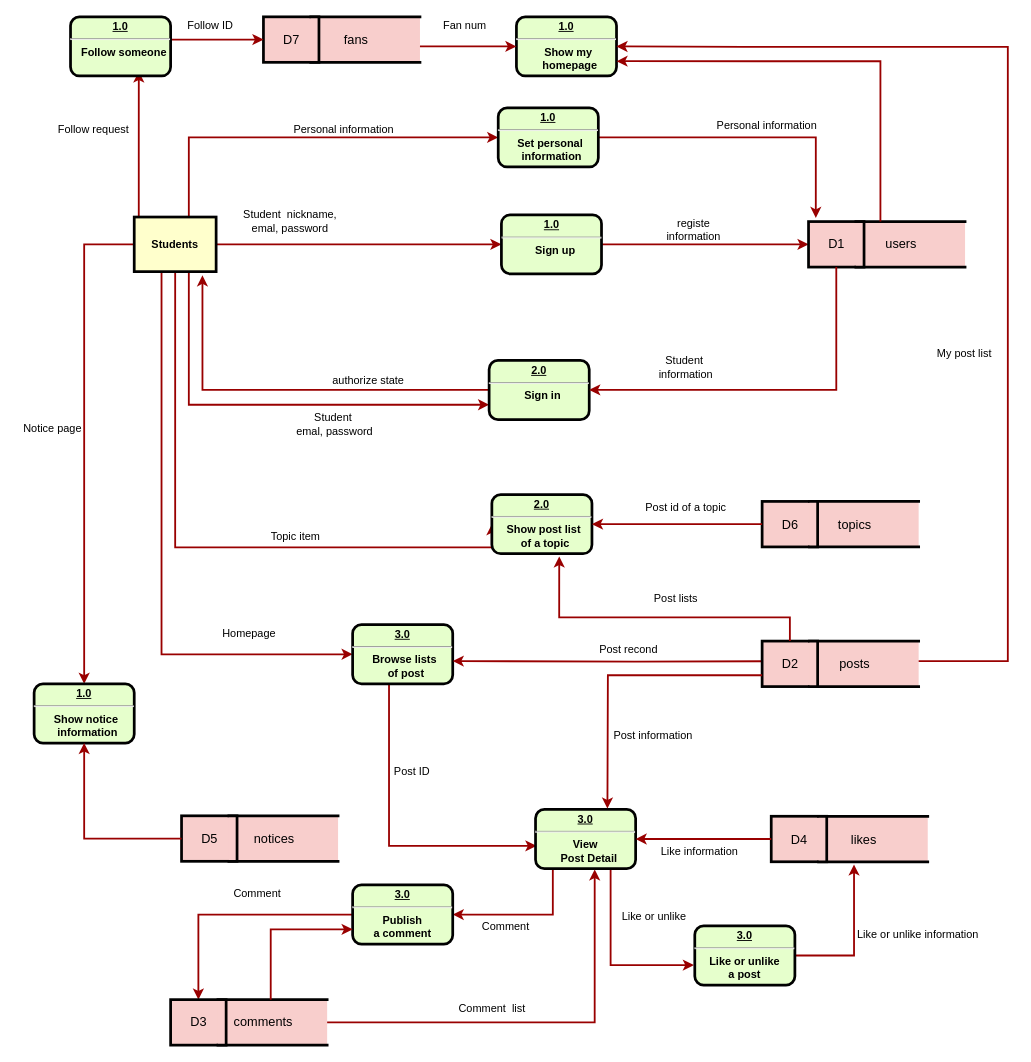
Before: docs/dfd.drawio in loveagri/zhihu, a draw.io diagram. Source tidied: cells renumbered, new cells numbered last; positions are measured from the earlier drawing's top-left corner, leaving out a move shared by most shapes. Both pictures are drawn from the tidied source at 91%, with x=0, y=0 at pixel (15, 16).
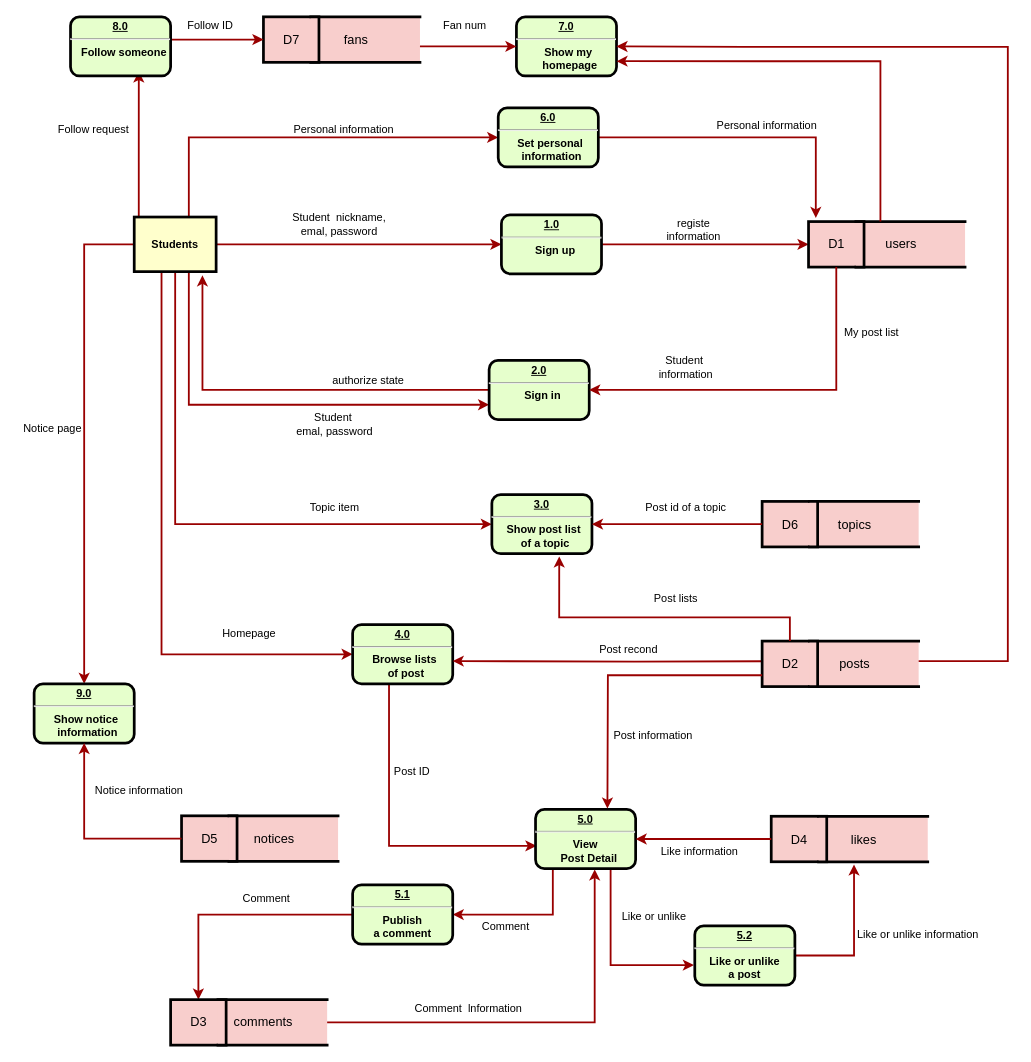
The same diagram, later.

The change refers to these unchanged cells:
```xml
<mxCell id="9" value="Students" style="whiteSpace=wrap;align=center;verticalAlign=middle;fontStyle=1;strokeWidth=3;fillColor=#FFFFCC;" parent="1" vertex="1">
  <mxGeometry x="130" y="220" width="90" height="60" as="geometry" />
</mxCell>
<mxCell id="72" style="shape=partialRectangle;whiteSpace=wrap;html=1;left=0;right=0;fillColor=#f8cecc;strokeColor=#000000;strokeWidth=3;" parent="70" vertex="1">
  <mxGeometry x="52" width="120" height="50" as="geometry" />
</mxCell>
```

Change to the diagram source:
```diff
@@
     <mxCell id="5" style="edgeStyle=orthogonalEdgeStyle;rounded=0;jettySize=auto;html=1;entryX=0;entryY=0.5;entryDx=0;entryDy=0;strokeColor=#990000;strokeWidth=2;" parent="1" edge="1" source="9" target="101">
       <mxGeometry relative="1" as="geometry">
         <Array as="points">
-          <mxPoint x="175" y="583" />
-          <mxPoint x="523" y="583" />
+          <mxPoint x="175" y="558" />
         </Array>
       </mxGeometry>
     </mxCell>
@@
     <mxCell id="12" value="Student&amp;nbsp; nickname,&lt;br&gt;emal, password" style="text;html=1;align=center;verticalAlign=middle;" parent="1" vertex="1">
-      <mxGeometry x="241" y="210" width="120" height="30" as="geometry" />
+      <mxGeometry x="295" y="213" width="120" height="30" as="geometry" />
     </mxCell>
@@
-    <mxCell id="27" value="&lt;p style=&quot;margin: 0px ; margin-top: 4px ; text-align: center ; text-decoration: underline&quot;&gt;&lt;strong&gt;3.0&lt;/strong&gt;&lt;/p&gt;&lt;hr&gt;&lt;p style=&quot;margin: 0px ; margin-left: 8px&quot;&gt;Browse lists&amp;nbsp;&lt;/p&gt;&lt;p style=&quot;margin: 0px ; margin-left: 8px&quot;&gt;of post&lt;/p&gt;" style="verticalAlign=middle;align=center;overflow=fill;fontSize=12;fontFamily=Helvetica;html=1;rounded=1;fontStyle=1;strokeWidth=3;fillColor=#E6FFCC;" parent="1" vertex="1">
+    <mxCell id="27" value="&lt;p style=&quot;margin: 0px ; margin-top: 4px ; text-align: center ; text-decoration: underline&quot;&gt;&lt;strong&gt;4.0&lt;/strong&gt;&lt;/p&gt;&lt;hr&gt;&lt;p style=&quot;margin: 0px ; margin-left: 8px&quot;&gt;Browse lists&amp;nbsp;&lt;/p&gt;&lt;p style=&quot;margin: 0px ; margin-left: 8px&quot;&gt;of post&lt;/p&gt;" style="verticalAlign=middle;align=center;overflow=fill;fontSize=12;fontFamily=Helvetica;html=1;rounded=1;fontStyle=1;strokeWidth=3;fillColor=#E6FFCC;" parent="1" vertex="1">
       <mxGeometry x="370" y="668" width="110" height="65" as="geometry" />
     </mxCell>
@@
-    <mxCell id="35" value="&lt;p style=&quot;margin: 0px ; margin-top: 4px ; text-align: center ; text-decoration: underline&quot;&gt;&lt;strong&gt;3.0&lt;/strong&gt;&lt;/p&gt;&lt;hr&gt;&lt;strong&gt;View&lt;/strong&gt;&lt;p style=&quot;margin: 0px ; margin-left: 8px&quot;&gt;Post Detail&lt;/p&gt;" style="verticalAlign=middle;align=center;overflow=fill;fontSize=12;fontFamily=Helvetica;html=1;rounded=1;fontStyle=1;strokeWidth=3;fillColor=#E6FFCC;" parent="1" vertex="1">
+    <mxCell id="35" value="&lt;p style=&quot;margin: 0px ; margin-top: 4px ; text-align: center ; text-decoration: underline&quot;&gt;&lt;strong&gt;5.0&lt;/strong&gt;&lt;/p&gt;&lt;hr&gt;&lt;strong&gt;View&lt;/strong&gt;&lt;p style=&quot;margin: 0px ; margin-left: 8px&quot;&gt;Post Detail&lt;/p&gt;" style="verticalAlign=middle;align=center;overflow=fill;fontSize=12;fontFamily=Helvetica;html=1;rounded=1;fontStyle=1;strokeWidth=3;fillColor=#E6FFCC;" parent="1" vertex="1">
       <mxGeometry x="571" y="871" width="110" height="65" as="geometry" />
     </mxCell>
@@
-    <mxCell id="38" value="&lt;p style=&quot;margin: 0px ; margin-top: 4px ; text-align: center ; text-decoration: underline&quot;&gt;&lt;strong&gt;3.0&lt;/strong&gt;&lt;/p&gt;&lt;hr&gt;&lt;strong&gt;Publish &lt;br&gt;a comment&lt;br&gt;&lt;/strong&gt;" style="verticalAlign=middle;align=center;overflow=fill;fontSize=12;fontFamily=Helvetica;html=1;rounded=1;fontStyle=1;strokeWidth=3;fillColor=#E6FFCC;" parent="1" vertex="1">
+    <mxCell id="38" value="&lt;p style=&quot;margin: 0px ; margin-top: 4px ; text-align: center ; text-decoration: underline&quot;&gt;&lt;strong&gt;5.1&lt;/strong&gt;&lt;/p&gt;&lt;hr&gt;&lt;strong&gt;Publish &lt;br&gt;a comment&lt;br&gt;&lt;/strong&gt;" style="verticalAlign=middle;align=center;overflow=fill;fontSize=12;fontFamily=Helvetica;html=1;rounded=1;fontStyle=1;strokeWidth=3;fillColor=#E6FFCC;" parent="1" vertex="1">
       <mxGeometry x="370" y="954" width="110" height="65" as="geometry" />
     </mxCell>
@@
     <mxCell id="46" value="Comment" style="text;html=1;align=center;verticalAlign=middle;" parent="1" vertex="1">
-      <mxGeometry x="230" y="954" width="70" height="20" as="geometry" />
+      <mxGeometry x="240" y="959" width="70" height="20" as="geometry" />
     </mxCell>
@@
-    <mxCell id="48" value="&lt;p style=&quot;margin: 0px ; margin-top: 4px ; text-align: center ; text-decoration: underline&quot;&gt;&lt;strong&gt;3.0&lt;/strong&gt;&lt;/p&gt;&lt;hr&gt;&lt;strong&gt;Like or unlike&lt;br&gt;a post&lt;br&gt;&lt;/strong&gt;" style="verticalAlign=middle;align=center;overflow=fill;fontSize=12;fontFamily=Helvetica;html=1;rounded=1;fontStyle=1;strokeWidth=3;fillColor=#E6FFCC;" parent="1" vertex="1">
+    <mxCell id="48" value="&lt;p style=&quot;margin: 0px ; margin-top: 4px ; text-align: center ; text-decoration: underline&quot;&gt;5.2&lt;/p&gt;&lt;hr&gt;&lt;strong&gt;Like or unlike&lt;br&gt;a post&lt;br&gt;&lt;/strong&gt;" style="verticalAlign=middle;align=center;overflow=fill;fontSize=12;fontFamily=Helvetica;html=1;rounded=1;fontStyle=1;strokeWidth=3;fillColor=#E6FFCC;" parent="1" vertex="1">
       <mxGeometry x="746" y="999" width="110" height="65" as="geometry" />
     </mxCell>
@@
-    <mxCell id="50" value="Comment&amp;nbsp; list" style="text;html=1;align=center;verticalAlign=middle;" parent="1" vertex="1">
-      <mxGeometry x="478" y="1080" width="90" height="20" as="geometry" />
+    <mxCell id="50" value="Comment&amp;nbsp; lnformation" style="text;html=1;align=center;verticalAlign=middle;" parent="1" vertex="1">
+      <mxGeometry x="432" y="1080" width="130" height="20" as="geometry" />
     </mxCell>
@@
-    <mxCell id="54" value="&lt;p style=&quot;margin: 0px ; margin-top: 4px ; text-align: center ; text-decoration: underline&quot;&gt;&lt;strong&gt;1.0&lt;/strong&gt;&lt;/p&gt;&lt;hr&gt;&lt;p style=&quot;margin: 0px ; margin-left: 8px&quot;&gt;Set personal&amp;nbsp;&lt;/p&gt;&lt;p style=&quot;margin: 0px ; margin-left: 8px&quot;&gt;information&lt;/p&gt;" style="verticalAlign=middle;align=center;overflow=fill;fontSize=12;fontFamily=Helvetica;html=1;rounded=1;fontStyle=1;strokeWidth=3;fillColor=#E6FFCC;" parent="1" vertex="1">
+    <mxCell id="54" value="&lt;p style=&quot;margin: 0px ; margin-top: 4px ; text-align: center ; text-decoration: underline&quot;&gt;&lt;strong&gt;6.0&lt;/strong&gt;&lt;/p&gt;&lt;hr&gt;&lt;p style=&quot;margin: 0px ; margin-left: 8px&quot;&gt;Set personal&amp;nbsp;&lt;/p&gt;&lt;p style=&quot;margin: 0px ; margin-left: 8px&quot;&gt;information&lt;/p&gt;" style="verticalAlign=middle;align=center;overflow=fill;fontSize=12;fontFamily=Helvetica;html=1;rounded=1;fontStyle=1;strokeWidth=3;fillColor=#E6FFCC;" parent="1" vertex="1">
       <mxGeometry x="530" y="100" width="110" height="65" as="geometry" />
     </mxCell>
@@
-    <mxCell id="57" value="&lt;p style=&quot;margin: 0px ; margin-top: 4px ; text-align: center ; text-decoration: underline&quot;&gt;&lt;strong&gt;1.0&lt;/strong&gt;&lt;/p&gt;&lt;hr&gt;&lt;p style=&quot;margin: 0px ; margin-left: 8px&quot;&gt;Show my&amp;nbsp;&lt;/p&gt;&lt;p style=&quot;margin: 0px ; margin-left: 8px&quot;&gt;homepage&lt;/p&gt;" style="verticalAlign=middle;align=center;overflow=fill;fontSize=12;fontFamily=Helvetica;html=1;rounded=1;fontStyle=1;strokeWidth=3;fillColor=#E6FFCC;" parent="1" vertex="1">
+    <mxCell id="57" value="&lt;p style=&quot;margin: 0px ; margin-top: 4px ; text-align: center ; text-decoration: underline&quot;&gt;&lt;strong&gt;7.0&lt;/strong&gt;&lt;/p&gt;&lt;hr&gt;&lt;p style=&quot;margin: 0px ; margin-left: 8px&quot;&gt;Show my&amp;nbsp;&lt;/p&gt;&lt;p style=&quot;margin: 0px ; margin-left: 8px&quot;&gt;homepage&lt;/p&gt;" style="verticalAlign=middle;align=center;overflow=fill;fontSize=12;fontFamily=Helvetica;html=1;rounded=1;fontStyle=1;strokeWidth=3;fillColor=#E6FFCC;" parent="1" vertex="1">
       <mxGeometry x="550" width="110" height="65" as="geometry" />
     </mxCell>
@@
-    <mxCell id="101" value="&lt;p style=&quot;margin: 0px ; margin-top: 4px ; text-align: center ; text-decoration: underline&quot;&gt;&lt;strong&gt;2.0&lt;/strong&gt;&lt;/p&gt;&lt;hr&gt;&lt;p style=&quot;margin: 0px ; margin-left: 8px&quot;&gt;Show post list&amp;nbsp;&lt;/p&gt;&lt;p style=&quot;margin: 0px ; margin-left: 8px&quot;&gt;of a topic&lt;/p&gt;" style="verticalAlign=middle;align=center;overflow=fill;fontSize=12;fontFamily=Helvetica;html=1;rounded=1;fontStyle=1;strokeWidth=3;fillColor=#E6FFCC;" parent="1" vertex="1">
+    <mxCell id="101" value="&lt;p style=&quot;margin: 0px ; margin-top: 4px ; text-align: center ; text-decoration: underline&quot;&gt;&lt;strong&gt;3.0&lt;/strong&gt;&lt;/p&gt;&lt;hr&gt;&lt;p style=&quot;margin: 0px ; margin-left: 8px&quot;&gt;Show post list&amp;nbsp;&lt;/p&gt;&lt;p style=&quot;margin: 0px ; margin-left: 8px&quot;&gt;of a topic&lt;/p&gt;" style="verticalAlign=middle;align=center;overflow=fill;fontSize=12;fontFamily=Helvetica;html=1;rounded=1;fontStyle=1;strokeWidth=3;fillColor=#E6FFCC;" parent="1" vertex="1">
       <mxGeometry x="523" y="525" width="110" height="65" as="geometry" />
     </mxCell>
@@
     <mxCell id="103" value="Topic item" style="text;html=1;align=center;verticalAlign=middle;" parent="1" vertex="1">
-      <mxGeometry x="272" y="561" width="70" height="20" as="geometry" />
+      <mxGeometry x="315" y="530" width="70" height="20" as="geometry" />
     </mxCell>
@@
     <mxCell id="108" value="My post list" style="text;html=1;align=center;verticalAlign=middle;" parent="1" vertex="1">
-      <mxGeometry x="1002" y="360" width="80" height="20" as="geometry" />
+      <mxGeometry x="900" y="337" width="80" height="20" as="geometry" />
     </mxCell>
@@
-    <mxCell id="114" style="edgeStyle=orthogonalEdgeStyle;rounded=0;jettySize=auto;html=1;entryX=0;entryY=0.75;entryDx=0;entryDy=0;strokeColor=#990000;strokeWidth=2;" parent="1" edge="1" source="72" target="38">
-      <mxGeometry relative="1" as="geometry">
-        <Array as="points">
-          <mxPoint x="280" y="1003" />
-        </Array>
-      </mxGeometry>
-    </mxCell>
@@
-    <mxCell id="116" value="&lt;p style=&quot;margin: 0px ; margin-top: 4px ; text-align: center ; text-decoration: underline&quot;&gt;&lt;strong&gt;1.0&lt;/strong&gt;&lt;/p&gt;&lt;hr&gt;&lt;p style=&quot;margin: 0px ; margin-left: 8px&quot;&gt;Follow someone&lt;/p&gt;" style="verticalAlign=middle;align=center;overflow=fill;fontSize=12;fontFamily=Helvetica;html=1;rounded=1;fontStyle=1;strokeWidth=3;fillColor=#E6FFCC;" parent="1" vertex="1">
+    <mxCell id="116" value="&lt;p style=&quot;margin: 0px ; margin-top: 4px ; text-align: center ; text-decoration: underline&quot;&gt;&lt;strong&gt;8.0&lt;/strong&gt;&lt;/p&gt;&lt;hr&gt;&lt;p style=&quot;margin: 0px ; margin-left: 8px&quot;&gt;Follow someone&lt;/p&gt;" style="verticalAlign=middle;align=center;overflow=fill;fontSize=12;fontFamily=Helvetica;html=1;rounded=1;fontStyle=1;strokeWidth=3;fillColor=#E6FFCC;" parent="1" vertex="1">
       <mxGeometry x="60" width="110" height="65" as="geometry" />
     </mxCell>
@@
-    <mxCell id="119" value="&lt;p style=&quot;margin: 0px ; margin-top: 4px ; text-align: center ; text-decoration: underline&quot;&gt;&lt;strong&gt;1.0&lt;/strong&gt;&lt;/p&gt;&lt;hr&gt;&lt;p style=&quot;margin: 0px ; margin-left: 8px&quot;&gt;Show notice&amp;nbsp;&lt;/p&gt;&lt;p style=&quot;margin: 0px ; margin-left: 8px&quot;&gt;information&lt;/p&gt;" style="verticalAlign=middle;align=center;overflow=fill;fontSize=12;fontFamily=Helvetica;html=1;rounded=1;fontStyle=1;strokeWidth=3;fillColor=#E6FFCC;" parent="1" vertex="1">
+    <mxCell id="119" value="&lt;p style=&quot;margin: 0px ; margin-top: 4px ; text-align: center ; text-decoration: underline&quot;&gt;&lt;strong&gt;9.0&lt;/strong&gt;&lt;/p&gt;&lt;hr&gt;&lt;p style=&quot;margin: 0px ; margin-left: 8px&quot;&gt;Show notice&amp;nbsp;&lt;/p&gt;&lt;p style=&quot;margin: 0px ; margin-left: 8px&quot;&gt;information&lt;/p&gt;" style="verticalAlign=middle;align=center;overflow=fill;fontSize=12;fontFamily=Helvetica;html=1;rounded=1;fontStyle=1;strokeWidth=3;fillColor=#E6FFCC;" parent="1" vertex="1">
       <mxGeometry x="20" y="733" width="110" height="65" as="geometry" />
     </mxCell>
@@
+    <mxCell id="124" value="Notice information" style="text;html=1;align=center;verticalAlign=middle;" parent="1" vertex="1">
+      <mxGeometry x="80" y="840" width="110" height="20" as="geometry" />
+    </mxCell>
```
